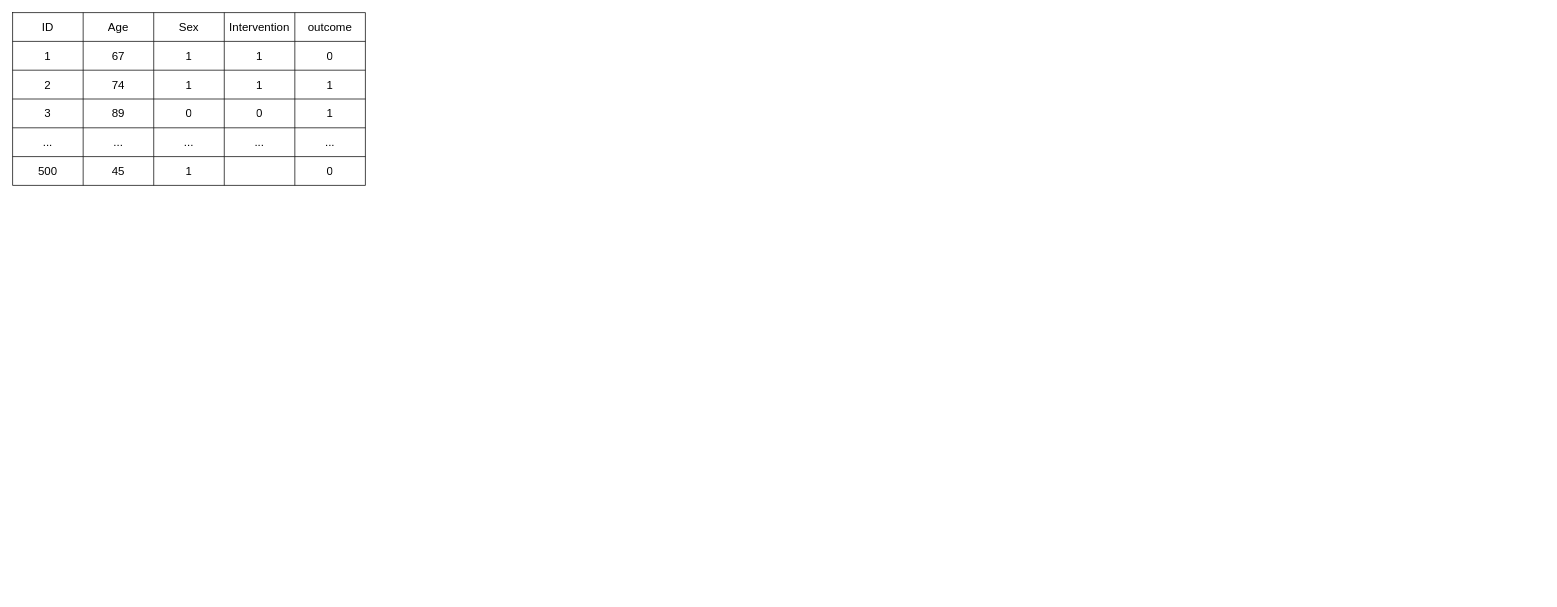
figarofuga/personal-slides keeps this draw.io diagram as statistics/mlcausal/images/dr-learner.drawio. Above is the earlier version. Source tidied: cells renumbered, new cells numbered last; positions are measured from the earlier drawing's top-left corner, leaving out a move shared by most shapes. Both pictures are drawn from the tidied source at 72%, with x=0, y=0 at pixel (12, 12).
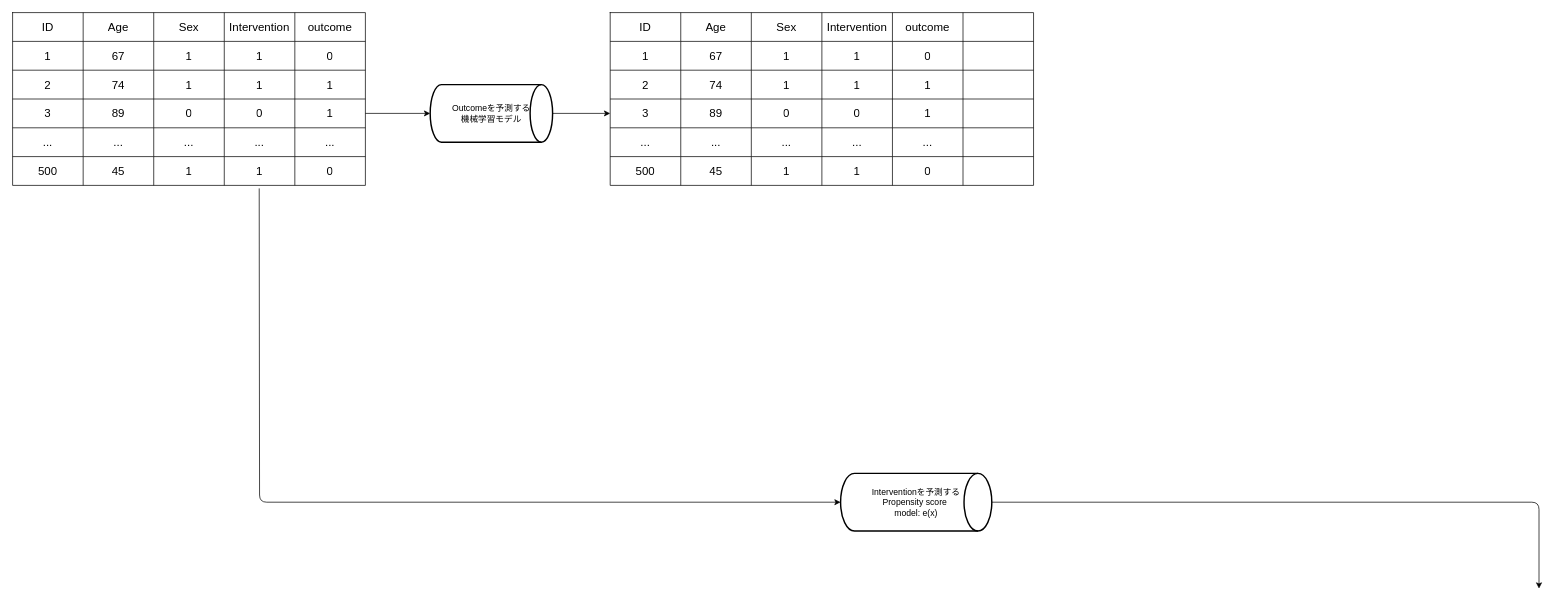
The same diagram, later.

The change refers to these unchanged cells:
```xml
<mxCell id="21" style="shape=tableRow;horizontal=0;startSize=0;swimlaneHead=0;swimlaneBody=0;strokeColor=inherit;top=0;left=0;bottom=0;right=0;fillColor=none;points=[[0,0.5],[1,0.5]];portConstraint=eastwest;fontSize=16;" parent="2" vertex="1">
  <mxGeometry y="120" width="490" height="40" as="geometry" />
</mxCell>
<mxCell id="33" style="shape=tableRow;horizontal=0;startSize=0;swimlaneHead=0;swimlaneBody=0;strokeColor=inherit;top=0;left=0;bottom=0;right=0;fillColor=none;points=[[0,0.5],[1,0.5]];portConstraint=eastwest;fontSize=16;" parent="2" vertex="1">
  <mxGeometry y="200" width="490" height="40" as="geometry" />
</mxCell>
```

What changed in the source:
```diff
@@
-    <mxCell id="37" style="shape=partialRectangle;html=1;whiteSpace=wrap;strokeColor=inherit;overflow=hidden;fillColor=none;top=0;left=0;bottom=0;right=0;fontSize=16;" parent="33" vertex="1">
+    <mxCell id="37" value="1" style="shape=partialRectangle;html=1;whiteSpace=wrap;strokeColor=inherit;overflow=hidden;fillColor=none;top=0;left=0;bottom=0;right=0;fontSize=16;" parent="33" vertex="1">
       <mxGeometry x="294" width="98" height="40" as="geometry" />
     </mxCell>
@@
+    <mxCell id="39" style="edgeStyle=none;html=1;exitX=1;exitY=0.5;exitDx=0;exitDy=0;exitPerimeter=0;" parent="1" edge="1" source="40">
+      <mxGeometry relative="1" as="geometry">
+        <mxPoint x="2120" y="800" as="targetPoint" />
+        <Array as="points">
+          <mxPoint x="2120" y="680" />
+        </Array>
+      </mxGeometry>
+    </mxCell>
+    <mxCell id="40" value="Interventionを予測する&lt;div&gt;Propensity score&amp;nbsp;&lt;div&gt;model: e(x)&lt;/div&gt;&lt;/div&gt;" style="strokeWidth=2;html=1;shape=mxgraph.flowchart.direct_data;whiteSpace=wrap;" parent="1" vertex="1">
+      <mxGeometry x="1150" y="640" width="210" height="80" as="geometry" />
+    </mxCell>
+    <mxCell id="41" style="edgeStyle=none;html=1;entryX=0;entryY=0.5;entryDx=0;entryDy=0;entryPerimeter=0;exitX=0.699;exitY=1.104;exitDx=0;exitDy=0;exitPerimeter=0;" parent="1" edge="1" source="33" target="40">
+      <mxGeometry relative="1" as="geometry">
+        <Array as="points">
+          <mxPoint x="343" y="680" />
+        </Array>
+      </mxGeometry>
+    </mxCell>
+    <mxCell id="42" style="edgeStyle=none;html=1;exitX=1;exitY=0.5;exitDx=0;exitDy=0;" parent="1" edge="1" source="21">
+      <mxGeometry relative="1" as="geometry">
+        <mxPoint x="580" y="140" as="targetPoint" />
+      </mxGeometry>
+    </mxCell>
+    <mxCell id="43" style="edgeStyle=none;html=1;exitX=1;exitY=0.5;exitDx=0;exitDy=0;exitPerimeter=0;entryX=0;entryY=0.5;entryDx=0;entryDy=0;" parent="1" edge="1" source="44" target="67">
+      <mxGeometry relative="1" as="geometry" />
+    </mxCell>
+    <mxCell id="44" value="Outcomeを予測する&lt;div&gt;機械学習モデル&lt;/div&gt;" style="strokeWidth=2;html=1;shape=mxgraph.flowchart.direct_data;whiteSpace=wrap;" parent="1" vertex="1">
+      <mxGeometry x="580" y="100" width="170" height="80" as="geometry" />
+    </mxCell>
+    <mxCell id="45" style="shape=table;startSize=0;childLayout=tableLayout;fontSize=16;" parent="1" vertex="1">
+      <mxGeometry x="830" width="588" height="240" as="geometry" />
+    </mxCell>
+    <mxCell id="46" style="shape=tableRow;horizontal=0;startSize=0;swimlaneHead=0;swimlaneBody=0;strokeColor=inherit;top=0;left=0;bottom=0;right=0;fillColor=none;fontSize=16;" parent="45" vertex="1">
+      <mxGeometry width="588" height="40" as="geometry" />
+    </mxCell>
+    <mxCell id="47" value="ID" style="shape=partialRectangle;html=1;whiteSpace=wrap;strokeColor=inherit;overflow=hidden;fillColor=none;top=0;left=0;bottom=0;right=0;fontSize=16;" parent="46" vertex="1">
+      <mxGeometry width="98" height="40" as="geometry" />
+    </mxCell>
+    <mxCell id="48" value="Age" style="shape=partialRectangle;html=1;whiteSpace=wrap;strokeColor=inherit;overflow=hidden;fillColor=none;top=0;left=0;bottom=0;right=0;fontSize=16;" parent="46" vertex="1">
+      <mxGeometry x="98" width="98" height="40" as="geometry" />
+    </mxCell>
+    <mxCell id="49" value="Sex" style="shape=partialRectangle;html=1;whiteSpace=wrap;strokeColor=inherit;overflow=hidden;fillColor=none;top=0;left=0;bottom=0;right=0;fontSize=16;" parent="46" vertex="1">
+      <mxGeometry x="196" width="98" height="40" as="geometry" />
+    </mxCell>
+    <mxCell id="50" value="Intervention" style="shape=partialRectangle;html=1;whiteSpace=wrap;strokeColor=inherit;overflow=hidden;fillColor=none;top=0;left=0;bottom=0;right=0;fontSize=16;" parent="46" vertex="1">
+      <mxGeometry x="294" width="98" height="40" as="geometry" />
+    </mxCell>
+    <mxCell id="51" value="outcome" style="shape=partialRectangle;html=1;whiteSpace=wrap;strokeColor=inherit;overflow=hidden;fillColor=none;top=0;left=0;bottom=0;right=0;fontSize=16;" parent="46" vertex="1">
+      <mxGeometry x="392" width="98" height="40" as="geometry" />
+    </mxCell>
+    <mxCell id="52" style="shape=partialRectangle;html=1;whiteSpace=wrap;strokeColor=inherit;overflow=hidden;fillColor=none;top=0;left=0;bottom=0;right=0;fontSize=16;" parent="46" vertex="1">
+      <mxGeometry x="490" width="98" height="40" as="geometry" />
+    </mxCell>
+    <mxCell id="53" style="shape=tableRow;horizontal=0;startSize=0;swimlaneHead=0;swimlaneBody=0;strokeColor=inherit;top=0;left=0;bottom=0;right=0;fillColor=none;fontSize=16;" parent="45" vertex="1">
+      <mxGeometry y="40" width="588" height="40" as="geometry" />
+    </mxCell>
+    <mxCell id="54" value="1" style="shape=partialRectangle;html=1;whiteSpace=wrap;strokeColor=inherit;overflow=hidden;fillColor=none;top=0;left=0;bottom=0;right=0;fontSize=16;" parent="53" vertex="1">
+      <mxGeometry width="98" height="40" as="geometry" />
+    </mxCell>
+    <mxCell id="55" value="67" style="shape=partialRectangle;html=1;whiteSpace=wrap;strokeColor=inherit;overflow=hidden;fillColor=none;top=0;left=0;bottom=0;right=0;fontSize=16;" parent="53" vertex="1">
+      <mxGeometry x="98" width="98" height="40" as="geometry" />
+    </mxCell>
+    <mxCell id="56" value="1" style="shape=partialRectangle;html=1;whiteSpace=wrap;strokeColor=inherit;overflow=hidden;fillColor=none;top=0;left=0;bottom=0;right=0;fontSize=16;" parent="53" vertex="1">
+      <mxGeometry x="196" width="98" height="40" as="geometry" />
+    </mxCell>
+    <mxCell id="57" value="1" style="shape=partialRectangle;html=1;whiteSpace=wrap;strokeColor=inherit;overflow=hidden;fillColor=none;top=0;left=0;bottom=0;right=0;fontSize=16;" parent="53" vertex="1">
+      <mxGeometry x="294" width="98" height="40" as="geometry" />
+    </mxCell>
+    <mxCell id="58" value="0" style="shape=partialRectangle;html=1;whiteSpace=wrap;strokeColor=inherit;overflow=hidden;fillColor=none;top=0;left=0;bottom=0;right=0;fontSize=16;" parent="53" vertex="1">
+      <mxGeometry x="392" width="98" height="40" as="geometry" />
+    </mxCell>
+    <mxCell id="59" style="shape=partialRectangle;html=1;whiteSpace=wrap;strokeColor=inherit;overflow=hidden;fillColor=none;top=0;left=0;bottom=0;right=0;fontSize=16;" parent="53" vertex="1">
+      <mxGeometry x="490" width="98" height="40" as="geometry" />
+    </mxCell>
+    <mxCell id="60" style="shape=tableRow;horizontal=0;startSize=0;swimlaneHead=0;swimlaneBody=0;strokeColor=inherit;top=0;left=0;bottom=0;right=0;fillColor=none;fontSize=16;" parent="45" vertex="1">
+      <mxGeometry y="80" width="588" height="40" as="geometry" />
+    </mxCell>
+    <mxCell id="61" value="2" style="shape=partialRectangle;html=1;whiteSpace=wrap;strokeColor=inherit;overflow=hidden;fillColor=none;top=0;left=0;bottom=0;right=0;fontSize=16;" parent="60" vertex="1">
+      <mxGeometry width="98" height="40" as="geometry" />
+    </mxCell>
+    <mxCell id="62" value="74" style="shape=partialRectangle;html=1;whiteSpace=wrap;strokeColor=inherit;overflow=hidden;fillColor=none;top=0;left=0;bottom=0;right=0;fontSize=16;" parent="60" vertex="1">
+      <mxGeometry x="98" width="98" height="40" as="geometry" />
+    </mxCell>
+    <mxCell id="63" value="1" style="shape=partialRectangle;html=1;whiteSpace=wrap;strokeColor=inherit;overflow=hidden;fillColor=none;top=0;left=0;bottom=0;right=0;fontSize=16;" parent="60" vertex="1">
+      <mxGeometry x="196" width="98" height="40" as="geometry" />
+    </mxCell>
+    <mxCell id="64" value="1" style="shape=partialRectangle;html=1;whiteSpace=wrap;strokeColor=inherit;overflow=hidden;fillColor=none;top=0;left=0;bottom=0;right=0;fontSize=16;" parent="60" vertex="1">
+      <mxGeometry x="294" width="98" height="40" as="geometry" />
+    </mxCell>
+    <mxCell id="65" value="1" style="shape=partialRectangle;html=1;whiteSpace=wrap;strokeColor=inherit;overflow=hidden;fillColor=none;top=0;left=0;bottom=0;right=0;fontSize=16;" parent="60" vertex="1">
+      <mxGeometry x="392" width="98" height="40" as="geometry" />
+    </mxCell>
+    <mxCell id="66" style="shape=partialRectangle;html=1;whiteSpace=wrap;strokeColor=inherit;overflow=hidden;fillColor=none;top=0;left=0;bottom=0;right=0;fontSize=16;" parent="60" vertex="1">
+      <mxGeometry x="490" width="98" height="40" as="geometry" />
+    </mxCell>
+    <mxCell id="67" style="shape=tableRow;horizontal=0;startSize=0;swimlaneHead=0;swimlaneBody=0;strokeColor=inherit;top=0;left=0;bottom=0;right=0;fillColor=none;points=[[0,0.5],[1,0.5]];portConstraint=eastwest;fontSize=16;" parent="45" vertex="1">
+      <mxGeometry y="120" width="588" height="40" as="geometry" />
+    </mxCell>
+    <mxCell id="68" value="3" style="shape=partialRectangle;html=1;whiteSpace=wrap;strokeColor=inherit;overflow=hidden;fillColor=none;top=0;left=0;bottom=0;right=0;fontSize=16;" parent="67" vertex="1">
+      <mxGeometry width="98" height="40" as="geometry" />
+    </mxCell>
+    <mxCell id="69" value="89" style="shape=partialRectangle;html=1;whiteSpace=wrap;strokeColor=inherit;overflow=hidden;fillColor=none;top=0;left=0;bottom=0;right=0;fontSize=16;" parent="67" vertex="1">
+      <mxGeometry x="98" width="98" height="40" as="geometry" />
+    </mxCell>
+    <mxCell id="70" value="0" style="shape=partialRectangle;html=1;whiteSpace=wrap;strokeColor=inherit;overflow=hidden;fillColor=none;top=0;left=0;bottom=0;right=0;fontSize=16;" parent="67" vertex="1">
+      <mxGeometry x="196" width="98" height="40" as="geometry" />
+    </mxCell>
+    <mxCell id="71" value="0" style="shape=partialRectangle;html=1;whiteSpace=wrap;strokeColor=inherit;overflow=hidden;fillColor=none;top=0;left=0;bottom=0;right=0;fontSize=16;" parent="67" vertex="1">
+      <mxGeometry x="294" width="98" height="40" as="geometry" />
+    </mxCell>
+    <mxCell id="72" value="1" style="shape=partialRectangle;html=1;whiteSpace=wrap;strokeColor=inherit;overflow=hidden;fillColor=none;top=0;left=0;bottom=0;right=0;fontSize=16;" parent="67" vertex="1">
+      <mxGeometry x="392" width="98" height="40" as="geometry" />
+    </mxCell>
+    <mxCell id="73" style="shape=partialRectangle;html=1;whiteSpace=wrap;strokeColor=inherit;overflow=hidden;fillColor=none;top=0;left=0;bottom=0;right=0;fontSize=16;" parent="67" vertex="1">
+      <mxGeometry x="490" width="98" height="40" as="geometry" />
+    </mxCell>
+    <mxCell id="74" style="shape=tableRow;horizontal=0;startSize=0;swimlaneHead=0;swimlaneBody=0;strokeColor=inherit;top=0;left=0;bottom=0;right=0;fillColor=none;fontSize=16;" parent="45" vertex="1">
+      <mxGeometry y="160" width="588" height="40" as="geometry" />
+    </mxCell>
+    <mxCell id="75" value="..." style="shape=partialRectangle;html=1;whiteSpace=wrap;strokeColor=inherit;overflow=hidden;fillColor=none;top=0;left=0;bottom=0;right=0;fontSize=16;" parent="74" vertex="1">
+      <mxGeometry width="98" height="40" as="geometry" />
+    </mxCell>
+    <mxCell id="76" value="..." style="shape=partialRectangle;html=1;whiteSpace=wrap;strokeColor=inherit;overflow=hidden;fillColor=none;top=0;left=0;bottom=0;right=0;fontSize=16;" parent="74" vertex="1">
+      <mxGeometry x="98" width="98" height="40" as="geometry" />
+    </mxCell>
+    <mxCell id="77" value="..." style="shape=partialRectangle;html=1;whiteSpace=wrap;strokeColor=inherit;overflow=hidden;fillColor=none;top=0;left=0;bottom=0;right=0;fontSize=16;" parent="74" vertex="1">
+      <mxGeometry x="196" width="98" height="40" as="geometry" />
+    </mxCell>
+    <mxCell id="78" value="..." style="shape=partialRectangle;html=1;whiteSpace=wrap;strokeColor=inherit;overflow=hidden;fillColor=none;top=0;left=0;bottom=0;right=0;fontSize=16;" parent="74" vertex="1">
+      <mxGeometry x="294" width="98" height="40" as="geometry" />
+    </mxCell>
+    <mxCell id="79" value="..." style="shape=partialRectangle;html=1;whiteSpace=wrap;strokeColor=inherit;overflow=hidden;fillColor=none;top=0;left=0;bottom=0;right=0;fontSize=16;" parent="74" vertex="1">
+      <mxGeometry x="392" width="98" height="40" as="geometry" />
+    </mxCell>
+    <mxCell id="80" style="shape=partialRectangle;html=1;whiteSpace=wrap;strokeColor=inherit;overflow=hidden;fillColor=none;top=0;left=0;bottom=0;right=0;fontSize=16;" parent="74" vertex="1">
+      <mxGeometry x="490" width="98" height="40" as="geometry" />
+    </mxCell>
+    <mxCell id="81" style="shape=tableRow;horizontal=0;startSize=0;swimlaneHead=0;swimlaneBody=0;strokeColor=inherit;top=0;left=0;bottom=0;right=0;fillColor=none;fontSize=16;" parent="45" vertex="1">
+      <mxGeometry y="200" width="588" height="40" as="geometry" />
+    </mxCell>
+    <mxCell id="82" value="500" style="shape=partialRectangle;html=1;whiteSpace=wrap;strokeColor=inherit;overflow=hidden;fillColor=none;top=0;left=0;bottom=0;right=0;fontSize=16;" parent="81" vertex="1">
+      <mxGeometry width="98" height="40" as="geometry" />
+    </mxCell>
+    <mxCell id="83" value="45" style="shape=partialRectangle;html=1;whiteSpace=wrap;strokeColor=inherit;overflow=hidden;fillColor=none;top=0;left=0;bottom=0;right=0;fontSize=16;" parent="81" vertex="1">
+      <mxGeometry x="98" width="98" height="40" as="geometry" />
+    </mxCell>
+    <mxCell id="84" value="1" style="shape=partialRectangle;html=1;whiteSpace=wrap;strokeColor=inherit;overflow=hidden;fillColor=none;top=0;left=0;bottom=0;right=0;fontSize=16;" parent="81" vertex="1">
+      <mxGeometry x="196" width="98" height="40" as="geometry" />
+    </mxCell>
+    <mxCell id="85" value="1" style="shape=partialRectangle;html=1;whiteSpace=wrap;strokeColor=inherit;overflow=hidden;fillColor=none;top=0;left=0;bottom=0;right=0;fontSize=16;" parent="81" vertex="1">
+      <mxGeometry x="294" width="98" height="40" as="geometry" />
+    </mxCell>
+    <mxCell id="86" value="0" style="shape=partialRectangle;html=1;whiteSpace=wrap;strokeColor=inherit;overflow=hidden;fillColor=none;top=0;left=0;bottom=0;right=0;fontSize=16;" parent="81" vertex="1">
+      <mxGeometry x="392" width="98" height="40" as="geometry" />
+    </mxCell>
+    <mxCell id="87" style="shape=partialRectangle;html=1;whiteSpace=wrap;strokeColor=inherit;overflow=hidden;fillColor=none;top=0;left=0;bottom=0;right=0;fontSize=16;" parent="81" vertex="1">
+      <mxGeometry x="490" width="98" height="40" as="geometry" />
+    </mxCell>
```
